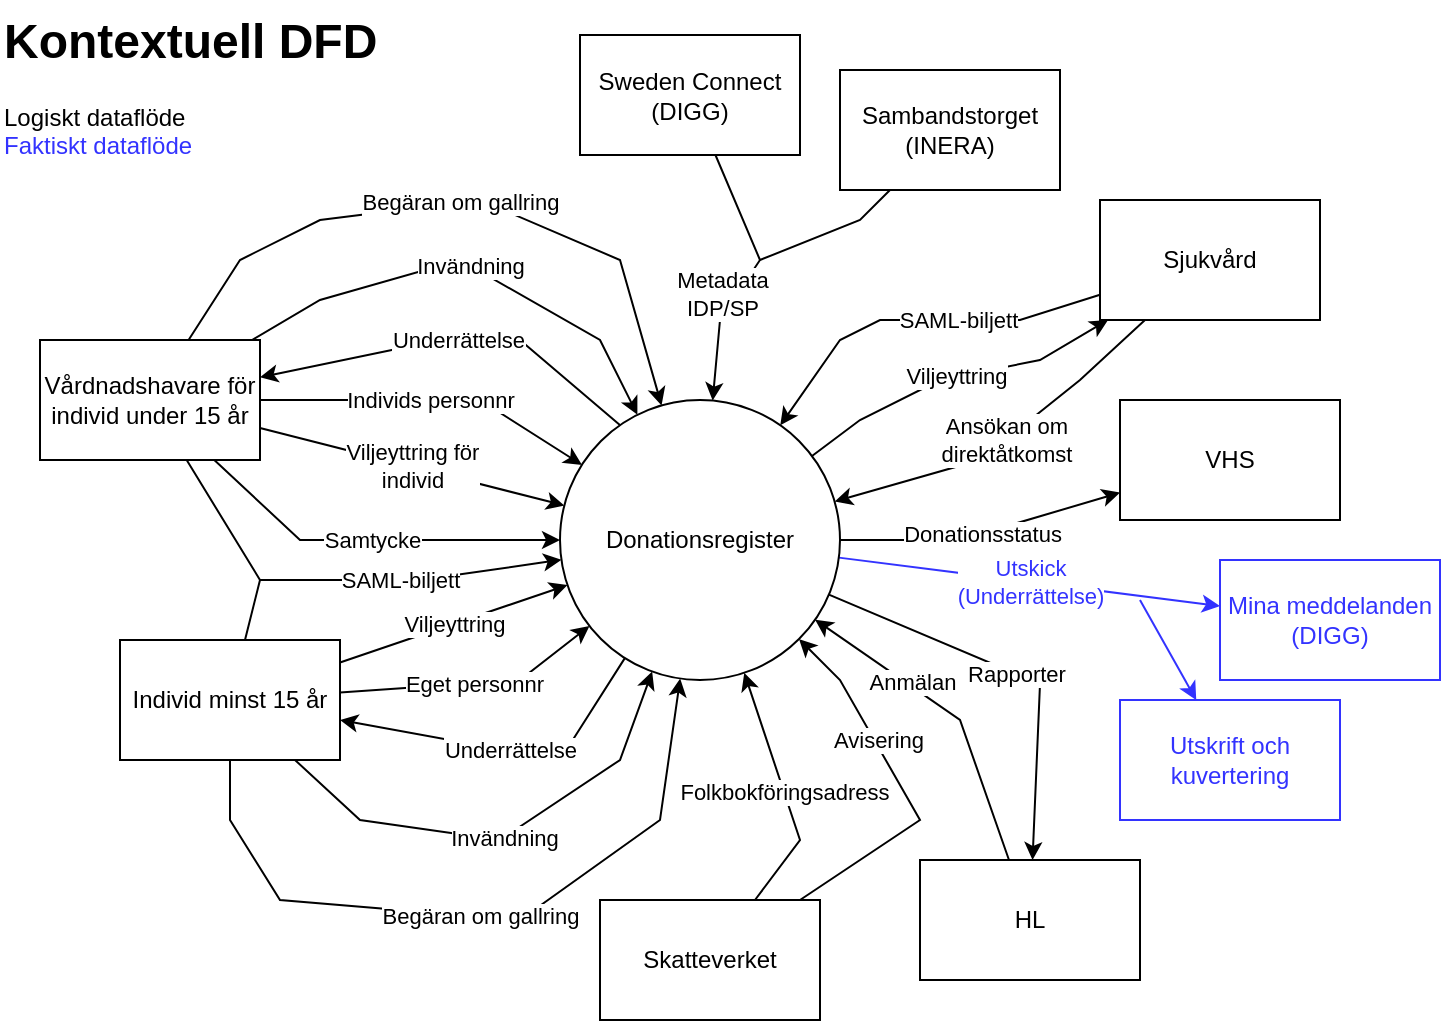
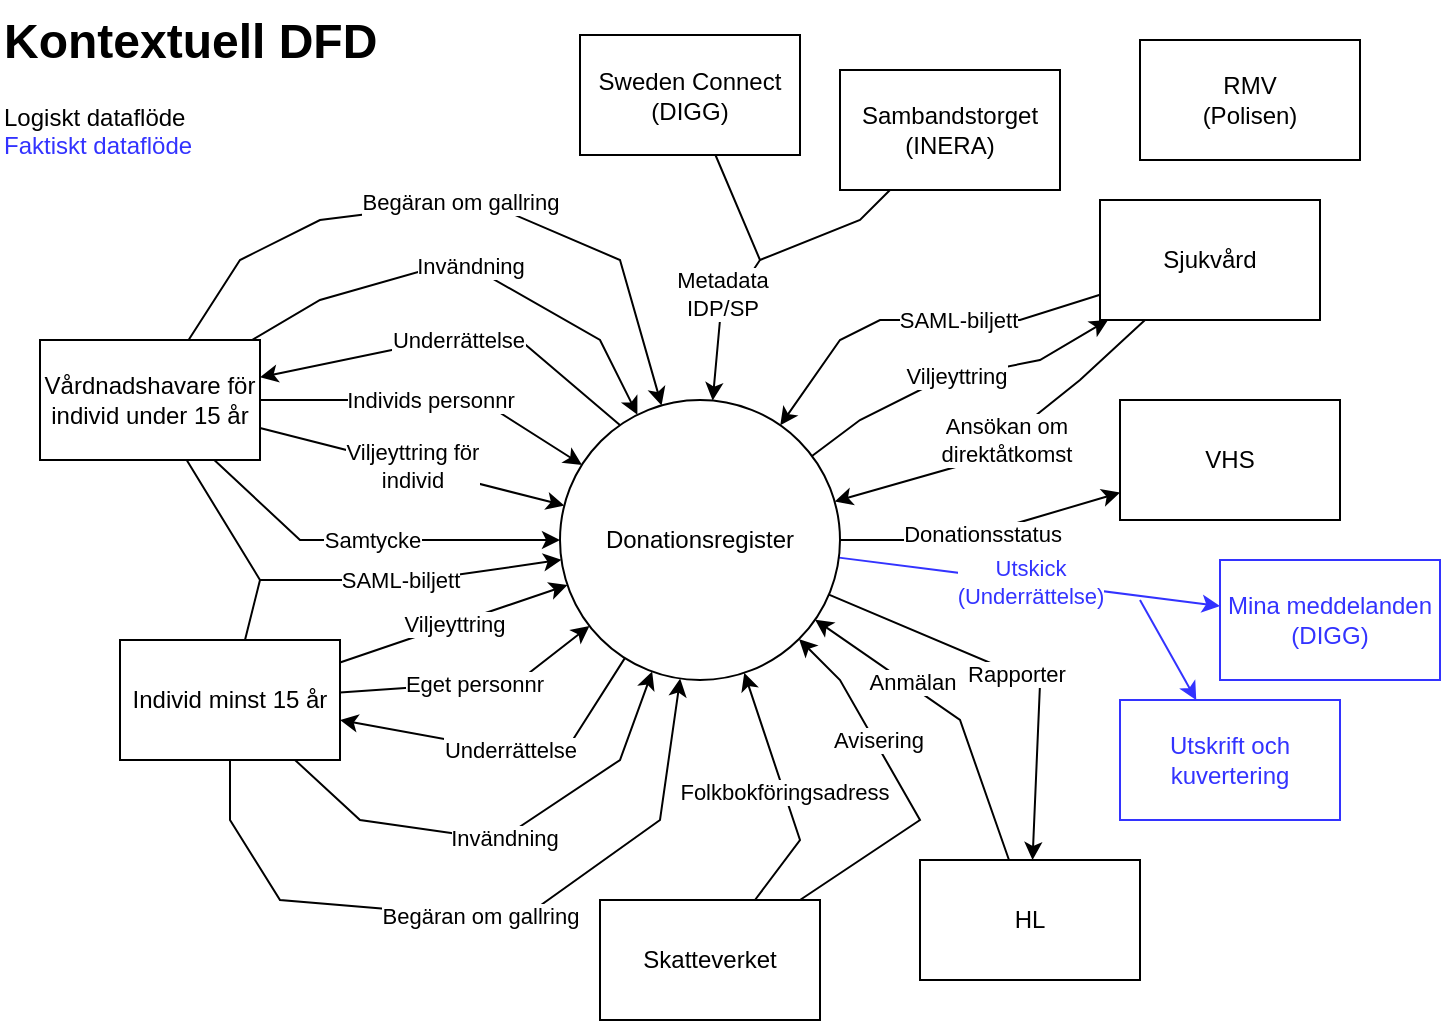
<mxfile host="app.diagrams.net" pages="3">
  <diagram name="Kontextuell DFD" id="F3DC_KPKV7Cfi4B8QXFW">
-     <mxGraphModel dx="1172" dy="678" grid="1" gridSize="10" guides="1" tooltips="1" connect="1" arrows="1" fold="1" page="1" pageScale="1" pageWidth="827" pageHeight="1169" math="0" shadow="0">
+     <mxGraphModel dx="638" dy="378" grid="1" gridSize="10" guides="1" tooltips="1" connect="1" arrows="1" fold="1" page="1" pageScale="1" pageWidth="827" pageHeight="1169" math="0" shadow="0">
      <root>
        <mxCell id="0" />
        <mxCell id="1" parent="0" />
        <mxCell id="8-SjN_EHFgN-SorVCnXN-8" edge="1" parent="1" source="8-SjN_EHFgN-SorVCnXN-1" style="edgeStyle=none;shape=connector;rounded=0;orthogonalLoop=1;jettySize=auto;html=1;strokeColor=default;align=center;verticalAlign=middle;fontFamily=Helvetica;fontSize=11;fontColor=default;labelBackgroundColor=default;endArrow=classic;exitX=0.238;exitY=0.11;exitDx=0;exitDy=0;exitPerimeter=0;" target="8-SjN_EHFgN-SorVCnXN-2" value="Underrättelse">
          <mxGeometry relative="1" as="geometry">
            <Array as="points">
              <mxPoint x="300" y="210" />
              <mxPoint x="260" y="210" />
            </Array>
          </mxGeometry>
        </mxCell>
        <mxCell id="8-SjN_EHFgN-SorVCnXN-9" edge="1" parent="1" source="8-SjN_EHFgN-SorVCnXN-1" style="edgeStyle=none;shape=connector;rounded=0;orthogonalLoop=1;jettySize=auto;html=1;strokeColor=default;align=center;verticalAlign=middle;fontFamily=Helvetica;fontSize=11;fontColor=default;labelBackgroundColor=default;endArrow=classic;" target="8-SjN_EHFgN-SorVCnXN-4" value="Underrättelse">
          <mxGeometry relative="1" as="geometry">
            <Array as="points">
              <mxPoint x="320" y="420" />
            </Array>
          </mxGeometry>
        </mxCell>
        <mxCell id="vmO4fVELBJI4xzzginw8-5" edge="1" parent="1" source="8-SjN_EHFgN-SorVCnXN-1" style="edgeStyle=none;shape=connector;rounded=0;orthogonalLoop=1;jettySize=auto;html=1;strokeColor=default;align=center;verticalAlign=middle;fontFamily=Helvetica;fontSize=11;fontColor=default;labelBackgroundColor=default;endArrow=classic;" target="vmO4fVELBJI4xzzginw8-4" value="Donationsstatus">
          <mxGeometry relative="1" as="geometry">
            <Array as="points">
              <mxPoint x="520" y="310" />
            </Array>
          </mxGeometry>
        </mxCell>
        <mxCell id="vmO4fVELBJI4xzzginw8-6" edge="1" parent="1" source="8-SjN_EHFgN-SorVCnXN-1" style="edgeStyle=none;shape=connector;rounded=0;orthogonalLoop=1;jettySize=auto;html=1;strokeColor=default;align=center;verticalAlign=middle;fontFamily=Helvetica;fontSize=11;fontColor=default;labelBackgroundColor=default;endArrow=classic;" target="vmO4fVELBJI4xzzginw8-3" value="Viljeyttring">
          <mxGeometry relative="1" as="geometry">
            <Array as="points">
              <mxPoint x="470" y="250" />
              <mxPoint x="510" y="230" />
              <mxPoint x="560" y="220" />
            </Array>
          </mxGeometry>
        </mxCell>
        <mxCell id="vmO4fVELBJI4xzzginw8-18" edge="1" parent="1" source="8-SjN_EHFgN-SorVCnXN-1" style="edgeStyle=none;shape=connector;rounded=0;orthogonalLoop=1;jettySize=auto;html=1;strokeColor=#3333FF;align=center;verticalAlign=middle;fontFamily=Helvetica;fontSize=11;fontColor=#3333FF;labelBackgroundColor=default;endArrow=classic;" target="vmO4fVELBJI4xzzginw8-14" value="Utskick&lt;div&gt;(Underrättelse)&lt;/div&gt;">
          <mxGeometry relative="1" as="geometry" />
        </mxCell>
        <mxCell id="vmO4fVELBJI4xzzginw8-19" edge="1" parent="1" style="edgeStyle=none;shape=connector;rounded=0;orthogonalLoop=1;jettySize=auto;html=1;strokeColor=#3333FF;align=center;verticalAlign=middle;fontFamily=Helvetica;fontSize=11;fontColor=#3333FF;labelBackgroundColor=default;endArrow=classic;" target="vmO4fVELBJI4xzzginw8-17">
          <mxGeometry relative="1" as="geometry">
            <mxPoint x="610" y="340" as="sourcePoint" />
          </mxGeometry>
        </mxCell>
        <mxCell id="8-SjN_EHFgN-SorVCnXN-1" parent="1" style="ellipse;whiteSpace=wrap;html=1;aspect=fixed;" value="Donationsregister" vertex="1">
          <mxGeometry height="140" width="140" x="320" y="240" as="geometry" />
        </mxCell>
        <mxCell id="8-SjN_EHFgN-SorVCnXN-5" edge="1" parent="1" source="8-SjN_EHFgN-SorVCnXN-2" style="rounded=0;orthogonalLoop=1;jettySize=auto;html=1;strokeColor=default;align=center;verticalAlign=middle;fontFamily=Helvetica;fontSize=11;fontColor=default;labelBackgroundColor=default;endArrow=classic;" target="8-SjN_EHFgN-SorVCnXN-1" value="Viljeyttring för&lt;div&gt;individ&lt;/div&gt;">
          <mxGeometry relative="1" as="geometry" />
        </mxCell>
        <mxCell id="vmO4fVELBJI4xzzginw8-1" edge="1" parent="1" source="8-SjN_EHFgN-SorVCnXN-2" style="edgeStyle=none;shape=connector;rounded=0;orthogonalLoop=1;jettySize=auto;html=1;strokeColor=default;align=center;verticalAlign=middle;fontFamily=Helvetica;fontSize=11;fontColor=default;labelBackgroundColor=default;endArrow=classic;curved=0;" target="8-SjN_EHFgN-SorVCnXN-1" value="Invändning">
          <mxGeometry relative="1" as="geometry">
            <Array as="points">
              <mxPoint x="200" y="190" />
              <mxPoint x="270" y="170" />
              <mxPoint x="340" y="210" />
            </Array>
          </mxGeometry>
        </mxCell>
        <mxCell id="vmO4fVELBJI4xzzginw8-29" edge="1" parent="1" source="8-SjN_EHFgN-SorVCnXN-2" style="edgeStyle=none;shape=connector;rounded=0;orthogonalLoop=1;jettySize=auto;html=1;strokeColor=default;align=center;verticalAlign=middle;fontFamily=Helvetica;fontSize=11;fontColor=default;labelBackgroundColor=default;endArrow=classic;" target="8-SjN_EHFgN-SorVCnXN-1" value="Samtycke">
          <mxGeometry relative="1" as="geometry">
            <Array as="points">
              <mxPoint x="190" y="310" />
            </Array>
          </mxGeometry>
        </mxCell>
        <mxCell id="vmO4fVELBJI4xzzginw8-31" edge="1" parent="1" source="8-SjN_EHFgN-SorVCnXN-2" style="edgeStyle=none;shape=connector;rounded=0;orthogonalLoop=1;jettySize=auto;html=1;strokeColor=default;align=center;verticalAlign=middle;fontFamily=Helvetica;fontSize=11;fontColor=default;labelBackgroundColor=default;endArrow=classic;" target="8-SjN_EHFgN-SorVCnXN-1" value="Begäran om gallring">
          <mxGeometry relative="1" as="geometry">
            <Array as="points">
              <mxPoint x="160" y="170" />
              <mxPoint x="200" y="150" />
              <mxPoint x="280" y="140" />
              <mxPoint x="350" y="170" />
            </Array>
          </mxGeometry>
        </mxCell>
        <mxCell id="8-SjN_EHFgN-SorVCnXN-2" parent="1" style="rounded=0;whiteSpace=wrap;html=1;" value="Vårdnadshavare för individ under 15 år" vertex="1">
          <mxGeometry height="60" width="110" x="60" y="210" as="geometry" />
        </mxCell>
        <mxCell id="8-SjN_EHFgN-SorVCnXN-7" edge="1" parent="1" source="8-SjN_EHFgN-SorVCnXN-4" style="shape=connector;rounded=0;orthogonalLoop=1;jettySize=auto;html=1;strokeColor=default;align=center;verticalAlign=middle;fontFamily=Helvetica;fontSize=11;fontColor=default;labelBackgroundColor=default;endArrow=classic;" target="8-SjN_EHFgN-SorVCnXN-1" value="Viljeyttring">
          <mxGeometry relative="1" as="geometry">
            <Array as="points" />
          </mxGeometry>
        </mxCell>
        <mxCell id="vmO4fVELBJI4xzzginw8-2" edge="1" parent="1" source="8-SjN_EHFgN-SorVCnXN-4" style="edgeStyle=none;shape=connector;rounded=0;orthogonalLoop=1;jettySize=auto;html=1;strokeColor=default;align=center;verticalAlign=middle;fontFamily=Helvetica;fontSize=11;fontColor=default;labelBackgroundColor=default;endArrow=classic;" target="8-SjN_EHFgN-SorVCnXN-1" value="Invändning">
          <mxGeometry relative="1" as="geometry">
            <Array as="points">
              <mxPoint x="220" y="450" />
              <mxPoint x="290" y="460" />
              <mxPoint x="350" y="420" />
            </Array>
          </mxGeometry>
        </mxCell>
        <mxCell id="vmO4fVELBJI4xzzginw8-32" edge="1" parent="1" source="8-SjN_EHFgN-SorVCnXN-4" style="edgeStyle=none;shape=connector;rounded=0;orthogonalLoop=1;jettySize=auto;html=1;strokeColor=default;align=center;verticalAlign=middle;fontFamily=Helvetica;fontSize=11;fontColor=default;labelBackgroundColor=default;endArrow=classic;" target="8-SjN_EHFgN-SorVCnXN-1" value="Begäran om gallring">
          <mxGeometry relative="1" as="geometry">
            <Array as="points">
              <mxPoint x="155" y="450" />
              <mxPoint x="180" y="490" />
              <mxPoint x="300" y="500" />
              <mxPoint x="370" y="450" />
            </Array>
          </mxGeometry>
        </mxCell>
        <mxCell id="8-SjN_EHFgN-SorVCnXN-4" parent="1" style="rounded=0;whiteSpace=wrap;html=1;" value="Individ minst 15 år" vertex="1">
          <mxGeometry height="60" width="110" x="100" y="360" as="geometry" />
        </mxCell>
        <mxCell id="vmO4fVELBJI4xzzginw8-3" parent="1" style="rounded=0;whiteSpace=wrap;html=1;" value="Sjukvård" vertex="1">
          <mxGeometry height="60" width="110" x="590" y="140" as="geometry" />
        </mxCell>
        <mxCell id="vmO4fVELBJI4xzzginw8-30" edge="1" parent="1" source="vmO4fVELBJI4xzzginw8-3" style="edgeStyle=none;shape=connector;rounded=0;orthogonalLoop=1;jettySize=auto;html=1;strokeColor=default;align=center;verticalAlign=middle;fontFamily=Helvetica;fontSize=11;fontColor=default;labelBackgroundColor=default;endArrow=classic;" target="8-SjN_EHFgN-SorVCnXN-1" value="Ansökan om&lt;div&gt;direktåtkomst&lt;/div&gt;">
          <mxGeometry relative="1" as="geometry">
            <Array as="points">
              <mxPoint x="580" y="230" />
              <mxPoint x="530" y="270" />
            </Array>
          </mxGeometry>
        </mxCell>
        <mxCell id="vmO4fVELBJI4xzzginw8-4" parent="1" style="rounded=0;whiteSpace=wrap;html=1;" value="VHS" vertex="1">
          <mxGeometry height="60" width="110" x="600" y="240" as="geometry" />
        </mxCell>
        <mxCell id="vmO4fVELBJI4xzzginw8-9" edge="1" parent="1" source="vmO4fVELBJI4xzzginw8-7" style="edgeStyle=none;shape=connector;rounded=0;orthogonalLoop=1;jettySize=auto;html=1;strokeColor=default;align=center;verticalAlign=middle;fontFamily=Helvetica;fontSize=11;fontColor=default;labelBackgroundColor=default;endArrow=classic;" target="8-SjN_EHFgN-SorVCnXN-1" value="Folkbokföringsadress">
          <mxGeometry relative="1" as="geometry">
            <Array as="points">
              <mxPoint x="440" y="460" />
            </Array>
          </mxGeometry>
        </mxCell>
        <mxCell id="vmO4fVELBJI4xzzginw8-16" edge="1" parent="1" source="vmO4fVELBJI4xzzginw8-7" style="edgeStyle=none;shape=connector;rounded=0;orthogonalLoop=1;jettySize=auto;html=1;strokeColor=default;align=center;verticalAlign=middle;fontFamily=Helvetica;fontSize=11;fontColor=default;labelBackgroundColor=default;endArrow=classic;" target="8-SjN_EHFgN-SorVCnXN-1" value="Avisering">
          <mxGeometry relative="1" x="0.285" y="-2" as="geometry">
            <mxPoint as="offset" />
            <Array as="points">
              <mxPoint x="500" y="450" />
              <mxPoint x="460" y="380" />
            </Array>
          </mxGeometry>
        </mxCell>
        <mxCell id="vmO4fVELBJI4xzzginw8-7" parent="1" style="rounded=0;whiteSpace=wrap;html=1;" value="Skatteverket" vertex="1">
          <mxGeometry height="60" width="110" x="340" y="490" as="geometry" />
        </mxCell>
        <mxCell id="vmO4fVELBJI4xzzginw8-10" parent="1" style="rounded=0;whiteSpace=wrap;html=1;strokeColor=default;align=center;verticalAlign=middle;fontFamily=Helvetica;fontSize=12;fontColor=default;fillColor=default;" value="Sweden Connect (DIGG)" vertex="1">
          <mxGeometry height="60" width="110" x="330" y="57.5" as="geometry" />
        </mxCell>
        <mxCell id="vmO4fVELBJI4xzzginw8-12" parent="1" style="rounded=0;whiteSpace=wrap;html=1;strokeColor=default;align=center;verticalAlign=middle;fontFamily=Helvetica;fontSize=12;fontColor=default;fillColor=default;" value="Sambandstorget&lt;div&gt;(INERA)&lt;/div&gt;" vertex="1">
          <mxGeometry height="60" width="110" x="460" y="75" as="geometry" />
        </mxCell>
        <mxCell id="vmO4fVELBJI4xzzginw8-14" parent="1" style="rounded=0;whiteSpace=wrap;html=1;strokeColor=#3333FF;fontColor=#3333FF;" value="Mina meddelanden (DIGG)" vertex="1">
          <mxGeometry height="60" width="110" x="650" y="320" as="geometry" />
        </mxCell>
        <mxCell id="vmO4fVELBJI4xzzginw8-17" parent="1" style="rounded=0;whiteSpace=wrap;html=1;strokeColor=#3333FF;fontColor=#3333FF;" value="Utskrift och kuvertering" vertex="1">
          <mxGeometry height="60" width="110" x="600" y="390" as="geometry" />
        </mxCell>
        <mxCell id="vmO4fVELBJI4xzzginw8-22" edge="1" parent="1" source="8-SjN_EHFgN-SorVCnXN-2" style="edgeStyle=none;shape=connector;rounded=0;orthogonalLoop=1;jettySize=auto;html=1;strokeColor=default;align=center;verticalAlign=middle;fontFamily=Helvetica;fontSize=11;fontColor=default;labelBackgroundColor=default;endArrow=classic;" target="8-SjN_EHFgN-SorVCnXN-1" value="&lt;span data-path-to-node=&quot;0&quot; data-index-in-node=&quot;24&quot;&gt;SAML-biljett&lt;/span&gt;">
          <mxGeometry relative="1" x="0.2656" as="geometry">
            <mxPoint as="offset" />
            <Array as="points">
              <mxPoint x="170" y="330" />
              <mxPoint x="250" y="330" />
            </Array>
          </mxGeometry>
        </mxCell>
        <mxCell id="rN_Xq4Zumf5QhY3kbC1u-1" edge="1" parent="1" source="8-SjN_EHFgN-SorVCnXN-4" style="shape=connector;rounded=0;orthogonalLoop=1;jettySize=auto;html=1;strokeColor=default;align=center;verticalAlign=middle;fontFamily=Helvetica;fontSize=11;fontColor=default;labelBackgroundColor=default;endArrow=classic;" target="8-SjN_EHFgN-SorVCnXN-1" value="Eget personnr">
          <mxGeometry relative="1" as="geometry">
            <Array as="points">
              <mxPoint x="300" y="380" />
            </Array>
            <mxPoint x="300" y="418" as="sourcePoint" />
            <mxPoint x="414" y="380" as="targetPoint" />
          </mxGeometry>
        </mxCell>
        <mxCell id="rN_Xq4Zumf5QhY3kbC1u-2" edge="1" parent="1" source="8-SjN_EHFgN-SorVCnXN-2" style="shape=connector;rounded=0;orthogonalLoop=1;jettySize=auto;html=1;strokeColor=default;align=center;verticalAlign=middle;fontFamily=Helvetica;fontSize=11;fontColor=default;labelBackgroundColor=default;endArrow=classic;" target="8-SjN_EHFgN-SorVCnXN-1" value="Individs personnr">
          <mxGeometry relative="1" as="geometry">
            <Array as="points">
              <mxPoint x="280" y="240" />
            </Array>
            <mxPoint x="260" y="288" as="sourcePoint" />
            <mxPoint x="374" y="250" as="targetPoint" />
          </mxGeometry>
        </mxCell>
        <mxCell id="rN_Xq4Zumf5QhY3kbC1u-4" parent="1" style="text;html=1;whiteSpace=wrap;overflow=hidden;rounded=0;" value="&lt;h1 style=&quot;margin-top: 0px;&quot;&gt;Kontextuell DFD&lt;/h1&gt;&lt;p&gt;Logiskt dataflöde&lt;br&gt;&lt;font style=&quot;color: rgb(51, 51, 255);&quot;&gt;Faktiskt dataflöde&lt;/font&gt;&lt;/p&gt;" vertex="1">
          <mxGeometry height="95" width="320" x="40" y="40" as="geometry" />
        </mxCell>
        <mxCell id="Bssn7t3Lm4cZQMGQEqIL-1" edge="1" parent="1" source="vmO4fVELBJI4xzzginw8-3" style="edgeStyle=none;shape=connector;rounded=0;orthogonalLoop=1;jettySize=auto;html=1;strokeColor=default;align=center;verticalAlign=middle;fontFamily=Helvetica;fontSize=11;fontColor=default;labelBackgroundColor=default;endArrow=classic;" target="8-SjN_EHFgN-SorVCnXN-1" value="SAML-biljett">
          <mxGeometry relative="1" x="-0.216" as="geometry">
            <mxPoint as="offset" />
            <Array as="points">
              <mxPoint x="550" y="200" />
              <mxPoint x="480" y="200" />
              <mxPoint x="460" y="210" />
            </Array>
            <mxPoint x="230" y="330" as="sourcePoint" />
            <mxPoint x="418" y="380" as="targetPoint" />
          </mxGeometry>
        </mxCell>
        <mxCell id="Bssn7t3Lm4cZQMGQEqIL-2" edge="1" parent="1" source="8-SjN_EHFgN-SorVCnXN-4" style="edgeStyle=none;shape=connector;rounded=0;orthogonalLoop=1;jettySize=auto;html=1;strokeColor=default;align=center;verticalAlign=middle;fontFamily=Helvetica;fontSize=11;fontColor=default;labelBackgroundColor=default;endArrow=none;endFill=0;">
          <mxGeometry relative="1" as="geometry">
            <Array as="points">
              <mxPoint x="170" y="330" />
            </Array>
            <mxPoint x="630" y="440" as="sourcePoint" />
            <mxPoint x="190" y="330" as="targetPoint" />
          </mxGeometry>
        </mxCell>
        <mxCell id="Bssn7t3Lm4cZQMGQEqIL-4" edge="1" parent="1" source="vmO4fVELBJI4xzzginw8-10" style="edgeStyle=none;shape=connector;rounded=0;orthogonalLoop=1;jettySize=auto;html=1;strokeColor=default;align=center;verticalAlign=middle;fontFamily=Helvetica;fontSize=11;fontColor=default;labelBackgroundColor=default;endArrow=classic;" target="8-SjN_EHFgN-SorVCnXN-1" value="&lt;div&gt;Metadata&lt;/div&gt;&lt;div&gt;IDP/SP&lt;/div&gt;">
          <mxGeometry relative="1" x="0.2295" y="-6" as="geometry">
            <mxPoint as="offset" />
            <Array as="points">
              <mxPoint x="420" y="170" />
              <mxPoint x="400" y="200" />
            </Array>
            <mxPoint x="440" y="465" as="sourcePoint" />
            <mxPoint x="420" y="380" as="targetPoint" />
          </mxGeometry>
        </mxCell>
        <mxCell id="Bssn7t3Lm4cZQMGQEqIL-6" edge="1" parent="1" style="edgeStyle=none;shape=connector;rounded=0;orthogonalLoop=1;jettySize=auto;html=1;strokeColor=default;align=center;verticalAlign=middle;fontFamily=Helvetica;fontSize=11;fontColor=default;labelBackgroundColor=default;endArrow=none;endFill=0;" target="vmO4fVELBJI4xzzginw8-12">
          <mxGeometry relative="1" as="geometry">
            <Array as="points">
              <mxPoint x="470" y="150" />
            </Array>
            <mxPoint x="420" y="170" as="sourcePoint" />
            <mxPoint x="490" y="150" as="targetPoint" />
          </mxGeometry>
        </mxCell>
        <mxCell id="ez7D_KQtT1VtahEAUlYS-1" parent="1" style="rounded=0;whiteSpace=wrap;html=1;" value="HL" vertex="1">
          <mxGeometry height="60" width="110" x="500" y="470" as="geometry" />
        </mxCell>
        <mxCell id="ez7D_KQtT1VtahEAUlYS-2" edge="1" parent="1" source="8-SjN_EHFgN-SorVCnXN-1" style="edgeStyle=none;shape=connector;rounded=0;orthogonalLoop=1;jettySize=auto;html=1;strokeColor=default;align=center;verticalAlign=middle;fontFamily=Helvetica;fontSize=11;fontColor=default;labelBackgroundColor=default;endArrow=classic;" target="ez7D_KQtT1VtahEAUlYS-1" value="Rapporter">
          <mxGeometry relative="1" as="geometry">
            <Array as="points">
              <mxPoint x="560" y="382" />
            </Array>
            <mxPoint x="710" y="382" as="sourcePoint" />
            <mxPoint x="850" y="370" as="targetPoint" />
          </mxGeometry>
        </mxCell>
        <mxCell id="ez7D_KQtT1VtahEAUlYS-3" edge="1" parent="1" source="ez7D_KQtT1VtahEAUlYS-1" style="edgeStyle=none;shape=connector;rounded=0;orthogonalLoop=1;jettySize=auto;html=1;strokeColor=default;align=center;verticalAlign=middle;fontFamily=Helvetica;fontSize=11;fontColor=default;labelBackgroundColor=default;endArrow=classic;" target="8-SjN_EHFgN-SorVCnXN-1" value="Anmälan">
          <mxGeometry relative="1" x="0.285" y="-2" as="geometry">
            <mxPoint as="offset" />
            <Array as="points">
              <mxPoint x="520" y="400" />
            </Array>
            <mxPoint x="531" y="611" as="sourcePoint" />
            <mxPoint x="530" y="480" as="targetPoint" />
          </mxGeometry>
+         </mxCell>
+         <mxCell id="e_SrN6mQ6rt27xxVnAlN-1" parent="1" style="rounded=0;whiteSpace=wrap;html=1;" value="RMV&lt;div&gt;(Polisen)&lt;/div&gt;" vertex="1">
+           <mxGeometry height="60" width="110" x="610" y="60" as="geometry" />
        </mxCell>
      </root>
    </mxGraphModel>
  </diagram>
  <diagram id="tupl63VWHScNrBiLvC70" name="Konceptuell klassmodell">
    <mxGraphModel dx="970" dy="561" grid="1" gridSize="10" guides="1" tooltips="1" connect="1" arrows="1" fold="1" page="1" pageScale="1" pageWidth="827" pageHeight="1169" math="0" shadow="0">
      <root>
        <mxCell id="0" />
        <mxCell id="1" parent="0" />
        <mxCell id="cSQvczOItniMIweKlyAm-1" parent="1" style="text;html=1;whiteSpace=wrap;overflow=hidden;rounded=0;" value="&lt;h1 style=&quot;margin-top: 0px;&quot;&gt;Konceptuell klassmodell&lt;/h1&gt;" vertex="1">
          <mxGeometry height="95" width="320" x="40" y="40" as="geometry" />
        </mxCell>
        <mxCell id="cSQvczOItniMIweKlyAm-2" parent="1" style="swimlane;fontStyle=0;childLayout=stackLayout;horizontal=1;startSize=26;fillColor=none;horizontalStack=0;resizeParent=1;resizeParentMax=0;resizeLast=0;collapsible=1;marginBottom=0;whiteSpace=wrap;html=1;" value="Enskild" vertex="1">
          <mxGeometry height="234" width="140" x="80" y="460" as="geometry" />
        </mxCell>
        <mxCell id="cSQvczOItniMIweKlyAm-3" parent="cSQvczOItniMIweKlyAm-2" style="text;strokeColor=none;fillColor=none;align=left;verticalAlign=top;spacingLeft=4;spacingRight=4;overflow=hidden;rotatable=0;points=[[0,0.5],[1,0.5]];portConstraint=eastwest;whiteSpace=wrap;html=1;" value="PersId: UID" vertex="1">
          <mxGeometry height="26" width="140" y="26" as="geometry" />
        </mxCell>
        <mxCell id="cSQvczOItniMIweKlyAm-4" parent="cSQvczOItniMIweKlyAm-2" style="text;strokeColor=none;fillColor=none;align=left;verticalAlign=top;spacingLeft=4;spacingRight=4;overflow=hidden;rotatable=0;points=[[0,0.5],[1,0.5]];portConstraint=eastwest;whiteSpace=wrap;html=1;" value="Pnr: Char(12)" vertex="1">
          <mxGeometry height="26" width="140" y="52" as="geometry" />
        </mxCell>
        <mxCell id="cSQvczOItniMIweKlyAm-57" parent="cSQvczOItniMIweKlyAm-2" style="text;strokeColor=none;fillColor=none;align=left;verticalAlign=top;spacingLeft=4;spacingRight=4;overflow=hidden;rotatable=0;points=[[0,0.5],[1,0.5]];portConstraint=eastwest;whiteSpace=wrap;html=1;" value="SKV-kod: String[0..1]" vertex="1">
          <mxGeometry height="26" width="140" y="78" as="geometry" />
        </mxCell>
        <mxCell id="cSQvczOItniMIweKlyAm-10" parent="cSQvczOItniMIweKlyAm-2" style="text;strokeColor=none;fillColor=none;align=left;verticalAlign=top;spacingLeft=4;spacingRight=4;overflow=hidden;rotatable=0;points=[[0,0.5],[1,0.5]];portConstraint=eastwest;whiteSpace=wrap;html=1;" value="Skyddad: Ja/Nej" vertex="1">
          <mxGeometry height="26" width="140" y="104" as="geometry" />
        </mxCell>
        <mxCell id="cA3AqRqYz5ItGcszVlXB-1" parent="cSQvczOItniMIweKlyAm-2" style="text;strokeColor=none;fillColor=none;align=left;verticalAlign=top;spacingLeft=4;spacingRight=4;overflow=hidden;rotatable=0;points=[[0,0.5],[1,0.5]];portConstraint=eastwest;whiteSpace=wrap;html=1;" value="Informerad: Date[0..1]" vertex="1">
          <mxGeometry height="26" width="140" y="130" as="geometry" />
        </mxCell>
        <mxCell id="AWJU5LGrgw8Wl6eSMpXB-3" parent="cSQvczOItniMIweKlyAm-2" style="text;strokeColor=none;fillColor=none;align=left;verticalAlign=top;spacingLeft=4;spacingRight=4;overflow=hidden;rotatable=0;points=[[0,0.5],[1,0.5]];portConstraint=eastwest;whiteSpace=wrap;html=1;" value="FgPnr: Char(12)[0..1]" vertex="1">
          <mxGeometry height="26" width="140" y="156" as="geometry" />
        </mxCell>
        <mxCell id="cA3AqRqYz5ItGcszVlXB-4" parent="cSQvczOItniMIweKlyAm-2" style="text;strokeColor=none;fillColor=none;align=left;verticalAlign=top;spacingLeft=4;spacingRight=4;overflow=hidden;rotatable=0;points=[[0,0.5],[1,0.5]];portConstraint=eastwest;whiteSpace=wrap;html=1;" value="Ändrad: Date[0..1]" vertex="1">
          <mxGeometry height="26" width="140" y="182" as="geometry" />
        </mxCell>
        <mxCell id="AWJU5LGrgw8Wl6eSMpXB-4" parent="cSQvczOItniMIweKlyAm-2" style="text;strokeColor=none;fillColor=none;align=left;verticalAlign=top;spacingLeft=4;spacingRight=4;overflow=hidden;rotatable=0;points=[[0,0.5],[1,0.5]];portConstraint=eastwest;whiteSpace=wrap;html=1;" value="Spärrad: Date[0..1]" vertex="1">
          <mxGeometry height="26" width="140" y="208" as="geometry" />
        </mxCell>
        <mxCell id="cSQvczOItniMIweKlyAm-6" parent="1" style="swimlane;fontStyle=0;childLayout=stackLayout;horizontal=1;startSize=26;fillColor=none;horizontalStack=0;resizeParent=1;resizeParentMax=0;resizeLast=0;collapsible=1;marginBottom=0;whiteSpace=wrap;html=1;" value="Anmälan" vertex="1">
          <mxGeometry height="286" width="180" x="310" y="460" as="geometry" />
        </mxCell>
        <mxCell id="AWJU5LGrgw8Wl6eSMpXB-1" parent="cSQvczOItniMIweKlyAm-6" style="text;strokeColor=none;fillColor=none;align=left;verticalAlign=top;spacingLeft=4;spacingRight=4;overflow=hidden;rotatable=0;points=[[0,0.5],[1,0.5]];portConstraint=eastwest;whiteSpace=wrap;html=1;" value="Id: UID" vertex="1">
          <mxGeometry height="26" width="180" y="26" as="geometry" />
        </mxCell>
        <mxCell id="cSQvczOItniMIweKlyAm-7" parent="cSQvczOItniMIweKlyAm-6" style="text;strokeColor=none;fillColor=none;align=left;verticalAlign=top;spacingLeft=4;spacingRight=4;overflow=hidden;rotatable=0;points=[[0,0.5],[1,0.5]];portConstraint=eastwest;whiteSpace=wrap;html=1;" value="Löpnr: Integer" vertex="1">
          <mxGeometry height="26" width="180" y="52" as="geometry" />
        </mxCell>
        <mxCell id="cSQvczOItniMIweKlyAm-9" parent="cSQvczOItniMIweKlyAm-6" style="text;strokeColor=none;fillColor=none;align=left;verticalAlign=top;spacingLeft=4;spacingRight=4;overflow=hidden;rotatable=0;points=[[0,0.5],[1,0.5]];portConstraint=eastwest;whiteSpace=wrap;html=1;" value="Regdatum: Date" vertex="1">
          <mxGeometry height="26" width="180" y="78" as="geometry" />
        </mxCell>
        <mxCell id="cSQvczOItniMIweKlyAm-5" parent="cSQvczOItniMIweKlyAm-6" style="text;strokeColor=none;fillColor=none;align=left;verticalAlign=top;spacingLeft=4;spacingRight=4;overflow=hidden;rotatable=0;points=[[0,0.5],[1,0.5]];portConstraint=eastwest;whiteSpace=wrap;html=1;" value="Inställning: Ja/Nej" vertex="1">
          <mxGeometry height="26" width="180" y="104" as="geometry" />
        </mxCell>
        <mxCell id="cSQvczOItniMIweKlyAm-23" parent="cSQvczOItniMIweKlyAm-6" style="text;strokeColor=none;fillColor=none;align=left;verticalAlign=top;spacingLeft=4;spacingRight=4;overflow=hidden;rotatable=0;points=[[0,0.5],[1,0.5]];portConstraint=eastwest;whiteSpace=wrap;html=1;" value="Status: Enum(...)" vertex="1">
          <mxGeometry height="26" width="180" y="130" as="geometry" />
        </mxCell>
        <mxCell id="AWJU5LGrgw8Wl6eSMpXB-2" parent="cSQvczOItniMIweKlyAm-6" style="text;strokeColor=none;fillColor=none;align=left;verticalAlign=top;spacingLeft=4;spacingRight=4;overflow=hidden;rotatable=0;points=[[0,0.5],[1,0.5]];portConstraint=eastwest;whiteSpace=wrap;html=1;" value="Typ: Enum(...)" vertex="1">
          <mxGeometry height="26" width="180" y="156" as="geometry" />
        </mxCell>
        <mxCell id="cSQvczOItniMIweKlyAm-68" parent="cSQvczOItniMIweKlyAm-6" style="text;strokeColor=none;fillColor=none;align=left;verticalAlign=top;spacingLeft=4;spacingRight=4;overflow=hidden;rotatable=0;points=[[0,0.5],[1,0.5]];portConstraint=eastwest;whiteSpace=wrap;html=1;" value="HL-Id: String[0..1}" vertex="1">
          <mxGeometry height="26" width="180" y="182" as="geometry" />
        </mxCell>
        <mxCell id="cSQvczOItniMIweKlyAm-59" parent="cSQvczOItniMIweKlyAm-6" style="text;strokeColor=none;fillColor=none;align=left;verticalAlign=top;spacingLeft=4;spacingRight=4;overflow=hidden;rotatable=0;points=[[0,0.5],[1,0.5]];portConstraint=eastwest;whiteSpace=wrap;html=1;" value="Diarienr: String[0..1}" vertex="1">
          <mxGeometry height="26" width="180" y="208" as="geometry" />
        </mxCell>
        <mxCell id="cA3AqRqYz5ItGcszVlXB-2" parent="cSQvczOItniMIweKlyAm-6" style="text;strokeColor=none;fillColor=none;align=left;verticalAlign=top;spacingLeft=4;spacingRight=4;overflow=hidden;rotatable=0;points=[[0,0.5],[1,0.5]];portConstraint=eastwest;whiteSpace=wrap;html=1;" value="Villkorsdatum: Date" vertex="1">
          <mxGeometry height="26" width="180" y="234" as="geometry" />
        </mxCell>
        <mxCell id="cA3AqRqYz5ItGcszVlXB-3" parent="cSQvczOItniMIweKlyAm-6" style="text;strokeColor=none;fillColor=none;align=left;verticalAlign=top;spacingLeft=4;spacingRight=4;overflow=hidden;rotatable=0;points=[[0,0.5],[1,0.5]];portConstraint=eastwest;whiteSpace=wrap;html=1;" value="Villkor: Blob" vertex="1">
          <mxGeometry height="26" width="180" y="260" as="geometry" />
        </mxCell>
        <mxCell id="cSQvczOItniMIweKlyAm-11" edge="1" parent="1" source="cSQvczOItniMIweKlyAm-2" style="endArrow=open;html=1;endSize=12;startArrow=diamondThin;startSize=14;startFill=1;edgeStyle=orthogonalEdgeStyle;align=left;verticalAlign=bottom;rounded=0;" target="cSQvczOItniMIweKlyAm-6" value="1">
          <mxGeometry relative="1" x="-1" y="3" as="geometry">
            <mxPoint x="220" y="430" as="sourcePoint" />
            <mxPoint x="380" y="430" as="targetPoint" />
          </mxGeometry>
        </mxCell>
        <mxCell id="cSQvczOItniMIweKlyAm-12" parent="1" style="swimlane;fontStyle=0;childLayout=stackLayout;horizontal=1;startSize=26;fillColor=none;horizontalStack=0;resizeParent=1;resizeParentMax=0;resizeLast=0;collapsible=1;marginBottom=0;whiteSpace=wrap;html=1;" value="Undantag" vertex="1">
          <mxGeometry height="78" width="140" x="330" y="850" as="geometry" />
        </mxCell>
        <mxCell id="cSQvczOItniMIweKlyAm-15" parent="cSQvczOItniMIweKlyAm-12" style="text;strokeColor=none;fillColor=none;align=left;verticalAlign=top;spacingLeft=4;spacingRight=4;overflow=hidden;rotatable=0;points=[[0,0.5],[1,0.5]];portConstraint=eastwest;whiteSpace=wrap;html=1;" value="Nr: Integer" vertex="1">
          <mxGeometry height="26" width="140" y="26" as="geometry" />
        </mxCell>
        <mxCell id="cSQvczOItniMIweKlyAm-13" parent="cSQvczOItniMIweKlyAm-12" style="text;strokeColor=none;fillColor=none;align=left;verticalAlign=top;spacingLeft=4;spacingRight=4;overflow=hidden;rotatable=0;points=[[0,0.5],[1,0.5]];portConstraint=eastwest;whiteSpace=wrap;html=1;" value="Benämning: String" vertex="1">
          <mxGeometry height="26" width="140" y="52" as="geometry" />
        </mxCell>
        <mxCell id="cSQvczOItniMIweKlyAm-24" parent="1" style="swimlane;fontStyle=0;childLayout=stackLayout;horizontal=1;startSize=26;fillColor=none;horizontalStack=0;resizeParent=1;resizeParentMax=0;resizeLast=0;collapsible=1;marginBottom=0;whiteSpace=wrap;html=1;" value="Samtycke" vertex="1">
          <mxGeometry height="130" width="180" x="590" y="486" as="geometry" />
        </mxCell>
        <mxCell id="cSQvczOItniMIweKlyAm-25" parent="cSQvczOItniMIweKlyAm-24" style="text;strokeColor=none;fillColor=none;align=left;verticalAlign=top;spacingLeft=4;spacingRight=4;overflow=hidden;rotatable=0;points=[[0,0.5],[1,0.5]];portConstraint=eastwest;whiteSpace=wrap;html=1;" value="Pnr: Char(12)" vertex="1">
          <mxGeometry height="26" width="180" y="26" as="geometry" />
        </mxCell>
        <mxCell id="cSQvczOItniMIweKlyAm-27" parent="cSQvczOItniMIweKlyAm-24" style="text;strokeColor=none;fillColor=none;align=left;verticalAlign=top;spacingLeft=4;spacingRight=4;overflow=hidden;rotatable=0;points=[[0,0.5],[1,0.5]];portConstraint=eastwest;whiteSpace=wrap;html=1;" value="Frågedatum: Date" vertex="1">
          <mxGeometry height="26" width="180" y="52" as="geometry" />
        </mxCell>
        <mxCell id="cSQvczOItniMIweKlyAm-61" parent="cSQvczOItniMIweKlyAm-24" style="text;strokeColor=none;fillColor=none;align=left;verticalAlign=top;spacingLeft=4;spacingRight=4;overflow=hidden;rotatable=0;points=[[0,0.5],[1,0.5]];portConstraint=eastwest;whiteSpace=wrap;html=1;" value="Svarsdatum: Date[0..1]" vertex="1">
          <mxGeometry height="26" width="180" y="78" as="geometry" />
        </mxCell>
        <mxCell id="cSQvczOItniMIweKlyAm-28" parent="cSQvczOItniMIweKlyAm-24" style="text;strokeColor=none;fillColor=none;align=left;verticalAlign=top;spacingLeft=4;spacingRight=4;overflow=hidden;rotatable=0;points=[[0,0.5],[1,0.5]];portConstraint=eastwest;whiteSpace=wrap;html=1;" value="Status: Enum(Väntar, Ja, Nej)" vertex="1">
          <mxGeometry height="26" width="180" y="104" as="geometry" />
        </mxCell>
        <mxCell id="cSQvczOItniMIweKlyAm-29" edge="1" parent="1" source="cSQvczOItniMIweKlyAm-6" style="endArrow=open;html=1;endSize=12;startArrow=diamondThin;startSize=14;startFill=1;edgeStyle=orthogonalEdgeStyle;align=left;verticalAlign=bottom;rounded=0;" target="cSQvczOItniMIweKlyAm-24" value="1">
          <mxGeometry relative="1" x="-1" y="3" as="geometry">
            <mxPoint x="510" y="610" as="sourcePoint" />
            <mxPoint x="620" y="610" as="targetPoint" />
          </mxGeometry>
        </mxCell>
        <mxCell id="cSQvczOItniMIweKlyAm-31" connectable="0" parent="cSQvczOItniMIweKlyAm-29" style="edgeLabel;html=1;align=center;verticalAlign=middle;resizable=0;points=[];" value="0..2" vertex="1">
          <mxGeometry relative="1" x="0.9044" as="geometry">
            <mxPoint x="-9" y="-14" as="offset" />
          </mxGeometry>
        </mxCell>
        <mxCell id="cSQvczOItniMIweKlyAm-32" parent="1" style="swimlane;fontStyle=0;childLayout=stackLayout;horizontal=1;startSize=26;fillColor=none;horizontalStack=0;resizeParent=1;resizeParentMax=0;resizeLast=0;collapsible=1;marginBottom=0;whiteSpace=wrap;html=1;" value="Underrättelse" vertex="1">
          <mxGeometry height="286" width="180" x="310" y="120" as="geometry" />
        </mxCell>
        <mxCell id="cSQvczOItniMIweKlyAm-47" parent="cSQvczOItniMIweKlyAm-32" style="text;strokeColor=none;fillColor=none;align=left;verticalAlign=top;spacingLeft=4;spacingRight=4;overflow=hidden;rotatable=0;points=[[0,0.5],[1,0.5]];portConstraint=eastwest;whiteSpace=wrap;html=1;" value="Typ: Enum(Brev, eBrev)" vertex="1">
          <mxGeometry height="26" width="180" y="26" as="geometry" />
        </mxCell>
        <mxCell id="cSQvczOItniMIweKlyAm-34" parent="cSQvczOItniMIweKlyAm-32" style="text;strokeColor=none;fillColor=none;align=left;verticalAlign=top;spacingLeft=4;spacingRight=4;overflow=hidden;rotatable=0;points=[[0,0.5],[1,0.5]];portConstraint=eastwest;whiteSpace=wrap;html=1;" value="Namn: String" vertex="1">
          <mxGeometry height="26" width="180" y="52" as="geometry" />
        </mxCell>
        <mxCell id="cSQvczOItniMIweKlyAm-35" parent="cSQvczOItniMIweKlyAm-32" style="text;strokeColor=none;fillColor=none;align=left;verticalAlign=top;spacingLeft=4;spacingRight=4;overflow=hidden;rotatable=0;points=[[0,0.5],[1,0.5]];portConstraint=eastwest;whiteSpace=wrap;html=1;" value="Adress1: String" vertex="1">
          <mxGeometry height="26" width="180" y="78" as="geometry" />
        </mxCell>
        <mxCell id="cSQvczOItniMIweKlyAm-37" parent="cSQvczOItniMIweKlyAm-32" style="text;strokeColor=none;fillColor=none;align=left;verticalAlign=top;spacingLeft=4;spacingRight=4;overflow=hidden;rotatable=0;points=[[0,0.5],[1,0.5]];portConstraint=eastwest;whiteSpace=wrap;html=1;" value="Adress2: String" vertex="1">
          <mxGeometry height="26" width="180" y="104" as="geometry" />
        </mxCell>
        <mxCell id="cSQvczOItniMIweKlyAm-43" parent="cSQvczOItniMIweKlyAm-32" style="text;strokeColor=none;fillColor=none;align=left;verticalAlign=top;spacingLeft=4;spacingRight=4;overflow=hidden;rotatable=0;points=[[0,0.5],[1,0.5]];portConstraint=eastwest;whiteSpace=wrap;html=1;" value="Postnr: String" vertex="1">
          <mxGeometry height="26" width="180" y="130" as="geometry" />
        </mxCell>
        <mxCell id="cSQvczOItniMIweKlyAm-44" parent="cSQvczOItniMIweKlyAm-32" style="text;strokeColor=none;fillColor=none;align=left;verticalAlign=top;spacingLeft=4;spacingRight=4;overflow=hidden;rotatable=0;points=[[0,0.5],[1,0.5]];portConstraint=eastwest;whiteSpace=wrap;html=1;" value="Postort: String" vertex="1">
          <mxGeometry height="26" width="180" y="156" as="geometry" />
        </mxCell>
        <mxCell id="cSQvczOItniMIweKlyAm-45" parent="cSQvczOItniMIweKlyAm-32" style="text;strokeColor=none;fillColor=none;align=left;verticalAlign=top;spacingLeft=4;spacingRight=4;overflow=hidden;rotatable=0;points=[[0,0.5],[1,0.5]];portConstraint=eastwest;whiteSpace=wrap;html=1;" value="Land: String" vertex="1">
          <mxGeometry height="26" width="180" y="182" as="geometry" />
        </mxCell>
        <mxCell id="cSQvczOItniMIweKlyAm-46" parent="cSQvczOItniMIweKlyAm-32" style="text;strokeColor=none;fillColor=none;align=left;verticalAlign=top;spacingLeft=4;spacingRight=4;overflow=hidden;rotatable=0;points=[[0,0.5],[1,0.5]];portConstraint=eastwest;whiteSpace=wrap;html=1;" value="Datum: Date" vertex="1">
          <mxGeometry height="26" width="180" y="208" as="geometry" />
        </mxCell>
        <mxCell id="cSQvczOItniMIweKlyAm-58" parent="cSQvczOItniMIweKlyAm-32" style="text;strokeColor=none;fillColor=none;align=left;verticalAlign=top;spacingLeft=4;spacingRight=4;overflow=hidden;rotatable=0;points=[[0,0.5],[1,0.5]];portConstraint=eastwest;whiteSpace=wrap;html=1;" value="Status: Enum(Köad, Skickad)" vertex="1">
          <mxGeometry height="26" width="180" y="234" as="geometry" />
        </mxCell>
        <mxCell id="cSQvczOItniMIweKlyAm-62" parent="cSQvczOItniMIweKlyAm-32" style="text;strokeColor=none;fillColor=none;align=left;verticalAlign=top;spacingLeft=4;spacingRight=4;overflow=hidden;rotatable=0;points=[[0,0.5],[1,0.5]];portConstraint=eastwest;whiteSpace=wrap;html=1;" value="PDF: Blob" vertex="1">
          <mxGeometry height="26" width="180" y="260" as="geometry" />
        </mxCell>
        <mxCell id="cSQvczOItniMIweKlyAm-48" edge="1" parent="1" source="cSQvczOItniMIweKlyAm-6" style="endArrow=none;html=1;edgeStyle=orthogonalEdgeStyle;rounded=0;" target="cSQvczOItniMIweKlyAm-12" value="">
          <mxGeometry relative="1" as="geometry">
            <mxPoint x="300" y="650" as="sourcePoint" />
            <mxPoint x="460" y="650" as="targetPoint" />
          </mxGeometry>
        </mxCell>
        <mxCell id="cSQvczOItniMIweKlyAm-49" connectable="0" parent="cSQvczOItniMIweKlyAm-48" style="edgeLabel;resizable=0;html=1;align=left;verticalAlign=bottom;" value="0..n" vertex="1">
          <mxGeometry relative="1" x="-1" as="geometry">
            <mxPoint x="2" y="21" as="offset" />
          </mxGeometry>
        </mxCell>
        <mxCell id="cSQvczOItniMIweKlyAm-50" connectable="0" parent="cSQvczOItniMIweKlyAm-48" style="edgeLabel;resizable=0;html=1;align=right;verticalAlign=bottom;" value="0..n" vertex="1">
          <mxGeometry relative="1" x="1" as="geometry">
            <mxPoint x="-4" y="-5" as="offset" />
          </mxGeometry>
        </mxCell>
        <mxCell id="cSQvczOItniMIweKlyAm-51" edge="1" parent="1" source="cSQvczOItniMIweKlyAm-2" style="endArrow=open;html=1;endSize=12;startArrow=diamondThin;startSize=14;startFill=0;edgeStyle=orthogonalEdgeStyle;rounded=0;" target="cSQvczOItniMIweKlyAm-32" value="">
          <mxGeometry relative="1" x="0.0003" as="geometry">
            <mxPoint as="offset" />
            <Array as="points">
              <mxPoint x="160" y="250" />
            </Array>
            <mxPoint x="160" y="480" as="sourcePoint" />
            <mxPoint x="320" y="480" as="targetPoint" />
          </mxGeometry>
        </mxCell>
        <mxCell id="cSQvczOItniMIweKlyAm-53" connectable="0" parent="cSQvczOItniMIweKlyAm-51" style="edgeLabel;resizable=0;html=1;align=right;verticalAlign=top;" value="0..1" vertex="1">
          <mxGeometry relative="1" x="1" as="geometry">
            <mxPoint x="-17" as="offset" />
          </mxGeometry>
        </mxCell>
        <mxCell id="cSQvczOItniMIweKlyAm-54" edge="1" parent="1" style="endArrow=open;html=1;endSize=12;startArrow=diamondThin;startSize=14;startFill=0;edgeStyle=orthogonalEdgeStyle;rounded=0;" target="cSQvczOItniMIweKlyAm-32" value="">
          <mxGeometry relative="1" x="0.0003" as="geometry">
            <mxPoint as="offset" />
            <Array as="points">
              <mxPoint x="670" y="250" />
            </Array>
            <mxPoint x="670" y="486" as="sourcePoint" />
            <mxPoint x="500" y="250" as="targetPoint" />
          </mxGeometry>
        </mxCell>
        <mxCell id="cSQvczOItniMIweKlyAm-56" connectable="0" parent="cSQvczOItniMIweKlyAm-54" style="edgeLabel;resizable=0;html=1;align=right;verticalAlign=top;" value="1" vertex="1">
          <mxGeometry relative="1" x="1" as="geometry">
            <mxPoint x="30" as="offset" />
          </mxGeometry>
        </mxCell>
        <mxCell id="cSQvczOItniMIweKlyAm-70" parent="1" style="text;whiteSpace=wrap;html=1;" value="0 = Njure
&#xa;1 = Lever
&#xa;2 = Bukspottkörtel
&#xa;3 = Hjärta/ hjärtklaffar
&#xa;4 = Lungor
&#xa;5 = Hornhinnor/ögon
&#xa;6 = Hjärtklaffar
&#xa;7 = Hud
&#xa;8 = Benvävnad
&#xa;9 = Muskelvävnad
&#xa;10 = Nervvävnad
&#xa;11 = Forskning *Ny*" vertex="1">
          <mxGeometry height="190" width="140" x="480" y="780" as="geometry" />
        </mxCell>
        <mxCell id="AWJU5LGrgw8Wl6eSMpXB-6" edge="1" parent="1" source="AWJU5LGrgw8Wl6eSMpXB-5" style="rounded=0;orthogonalLoop=1;jettySize=auto;html=1;entryX=0;entryY=0.5;entryDx=0;entryDy=0;endArrow=none;endFill=0;" target="AWJU5LGrgw8Wl6eSMpXB-2">
          <mxGeometry relative="1" as="geometry" />
        </mxCell>
        <mxCell id="AWJU5LGrgw8Wl6eSMpXB-5" parent="1" style="text;whiteSpace=wrap;html=1;strokeColor=default;" value="0 = E-tjänst eID&lt;br&gt;1 = E-tjänst anonym&lt;br&gt;2 = Brev, e-post&lt;br&gt;3 = Migrerat&lt;div&gt;&lt;br&gt;&lt;/div&gt;" vertex="1">
          <mxGeometry height="76" width="120" x="170" y="746" as="geometry" />
        </mxCell>
        <mxCell id="rofCotYiQy4Rss-aS5TK-1" parent="1" style="text;whiteSpace=wrap;html=1;strokeColor=default;" value="0 = Inkommen&lt;br&gt;1 = Väntar&lt;br&gt;2 = Godkänd&lt;br&gt;3 = Avbruten&lt;div&gt;&lt;br&gt;&lt;/div&gt;" vertex="1">
          <mxGeometry height="76" width="120" x="540" y="670" as="geometry" />
        </mxCell>
        <mxCell id="rofCotYiQy4Rss-aS5TK-3" edge="1" parent="1" source="rofCotYiQy4Rss-aS5TK-1" style="rounded=0;orthogonalLoop=1;jettySize=auto;html=1;endArrow=none;endFill=0;" target="cSQvczOItniMIweKlyAm-23">
          <mxGeometry relative="1" as="geometry">
            <mxPoint x="270" y="735" as="sourcePoint" />
            <mxPoint x="320" y="670" as="targetPoint" />
          </mxGeometry>
        </mxCell>
      </root>
    </mxGraphModel>
  </diagram>
  <diagram id="E-LDhWCQmroWOV0PNqT9" name="Livscykelmodeller">
    <mxGraphModel dx="1705" dy="978" grid="1" gridSize="10" guides="1" tooltips="1" connect="1" arrows="1" fold="1" page="1" pageScale="1" pageWidth="827" pageHeight="1169" math="0" shadow="0">
      <root>
        <mxCell id="0" />
        <mxCell id="1" parent="0" />
        <mxCell id="CYJjucyrZ51cZex0hds5-1" parent="1" style="text;html=1;whiteSpace=wrap;overflow=hidden;rounded=0;" value="&lt;h1 style=&quot;margin-top: 0px;&quot;&gt;Livscykelmodeller&lt;/h1&gt;" vertex="1">
          <mxGeometry height="40" width="320" x="40" y="40" as="geometry" />
        </mxCell>
        <mxCell id="CwNYav6DD1hfnaNcgPTv-1" parent="1" style="ellipse;html=1;shape=startState;fillColor=#000000;strokeColor=#ff0000;" value="" vertex="1">
          <mxGeometry height="30" width="30" x="305" y="100" as="geometry" />
        </mxCell>
        <mxCell id="CwNYav6DD1hfnaNcgPTv-2" edge="1" parent="1" source="CwNYav6DD1hfnaNcgPTv-1" style="edgeStyle=orthogonalEdgeStyle;html=1;verticalAlign=bottom;endArrow=open;endSize=8;strokeColor=#ff0000;rounded=0;align=left;" value="&lt;div style=&quot;&quot;&gt;E: Ny&lt;/div&gt;&lt;div style=&quot;&quot;&gt;T: Påbörja personkontroll&amp;nbsp;&lt;/div&gt;">
          <mxGeometry relative="1" x="0.6667" as="geometry">
            <mxPoint as="offset" />
            <mxPoint x="320" y="190" as="targetPoint" />
          </mxGeometry>
        </mxCell>
        <mxCell id="CwNYav6DD1hfnaNcgPTv-7" parent="1" style="rounded=1;whiteSpace=wrap;html=1;arcSize=40;fontColor=#000000;fillColor=#ffffc0;strokeColor=#ff0000;" value="Inkommen" vertex="1">
          <mxGeometry height="40" width="120" x="260" y="190" as="geometry" />
        </mxCell>
        <mxCell id="CwNYav6DD1hfnaNcgPTv-20" parent="1" style="ellipse;html=1;shape=endState;fillColor=#000000;strokeColor=#ff0000;" value="" vertex="1">
          <mxGeometry height="30" width="30" x="305" y="600" as="geometry" />
        </mxCell>
        <mxCell id="CwNYav6DD1hfnaNcgPTv-21" edge="1" parent="1" source="CwNYav6DD1hfnaNcgPTv-7" style="edgeStyle=orthogonalEdgeStyle;html=1;verticalAlign=bottom;endArrow=open;endSize=8;strokeColor=#ff0000;rounded=0;align=left;" target="CwNYav6DD1hfnaNcgPTv-22" value="E: Personkontroll ok &lt;br&gt;&amp;nbsp; &amp;nbsp; &amp;amp; eID &amp;amp; &amp;gt;=15 år&lt;div&gt;&lt;br&gt;&lt;/div&gt;">
          <mxGeometry relative="1" x="0.3333" as="geometry">
            <mxPoint as="offset" />
            <Array as="points">
              <mxPoint x="140" y="210" />
              <mxPoint x="140" y="520" />
            </Array>
            <mxPoint x="330" y="440" as="sourcePoint" />
            <mxPoint x="330" y="500" as="targetPoint" />
          </mxGeometry>
        </mxCell>
        <mxCell id="CwNYav6DD1hfnaNcgPTv-22" parent="1" style="rounded=1;whiteSpace=wrap;html=1;arcSize=40;fontColor=#000000;fillColor=#ffffc0;strokeColor=#ff0000;" value="Godkänd" vertex="1">
          <mxGeometry height="40" width="120" x="260" y="500" as="geometry" />
        </mxCell>
        <mxCell id="CwNYav6DD1hfnaNcgPTv-23" edge="1" parent="1" source="CwNYav6DD1hfnaNcgPTv-22" style="edgeStyle=orthogonalEdgeStyle;html=1;verticalAlign=bottom;endArrow=open;endSize=8;strokeColor=#ff0000;rounded=0;" target="CwNYav6DD1hfnaNcgPTv-20" value="">
          <mxGeometry relative="1" as="geometry">
            <mxPoint x="330" y="600" as="targetPoint" />
          </mxGeometry>
        </mxCell>
        <mxCell id="CwNYav6DD1hfnaNcgPTv-24" parent="1" style="rounded=1;whiteSpace=wrap;html=1;arcSize=40;fontColor=#000000;fillColor=#ffffc0;strokeColor=#ff0000;" value="Avbruten" vertex="1">
          <mxGeometry height="40" width="120" x="526" y="500" as="geometry" />
        </mxCell>
        <mxCell id="CwNYav6DD1hfnaNcgPTv-25" edge="1" parent="1" source="CwNYav6DD1hfnaNcgPTv-24" style="edgeStyle=orthogonalEdgeStyle;html=1;verticalAlign=bottom;endArrow=open;endSize=8;strokeColor=#ff0000;rounded=0;" target="CwNYav6DD1hfnaNcgPTv-26" value="">
          <mxGeometry relative="1" as="geometry">
            <mxPoint x="511" y="600" as="targetPoint" />
          </mxGeometry>
        </mxCell>
        <mxCell id="CwNYav6DD1hfnaNcgPTv-26" parent="1" style="ellipse;html=1;shape=endState;fillColor=#000000;strokeColor=#ff0000;" value="" vertex="1">
          <mxGeometry height="30" width="30" x="570" y="600" as="geometry" />
        </mxCell>
        <mxCell id="CwNYav6DD1hfnaNcgPTv-27" edge="1" parent="1" source="CwNYav6DD1hfnaNcgPTv-7" style="edgeStyle=orthogonalEdgeStyle;html=1;verticalAlign=bottom;endArrow=open;endSize=8;strokeColor=#ff0000;rounded=0;align=left;" value="E: Personkontroll fel&lt;div&gt;E: Ersatt av ny&lt;/div&gt;">
          <mxGeometry relative="1" x="0.7826" as="geometry">
            <mxPoint as="offset" />
            <mxPoint x="400" y="210.0344827586207" as="sourcePoint" />
            <mxPoint x="606" y="500" as="targetPoint" />
          </mxGeometry>
        </mxCell>
        <mxCell id="CwNYav6DD1hfnaNcgPTv-28" edge="1" parent="1" source="CwNYav6DD1hfnaNcgPTv-22" style="edgeStyle=orthogonalEdgeStyle;html=1;verticalAlign=top;endArrow=open;endSize=8;strokeColor=#ff0000;rounded=0;" target="CwNYav6DD1hfnaNcgPTv-24" value="&lt;div style=&quot;text-align: left;&quot;&gt;E: Ersatt av ny&lt;/div&gt;">
          <mxGeometry relative="1" x="-0.1176" as="geometry">
            <mxPoint as="offset" />
            <mxPoint x="390" y="570" as="sourcePoint" />
            <mxPoint x="390" y="630" as="targetPoint" />
          </mxGeometry>
        </mxCell>
        <mxCell id="CwNYav6DD1hfnaNcgPTv-29" parent="1" style="rounded=1;whiteSpace=wrap;html=1;arcSize=40;fontColor=#000000;fillColor=#ffffc0;strokeColor=#ff0000;" value="Väntar" vertex="1">
          <mxGeometry height="40" width="120" x="260" y="290" as="geometry" />
        </mxCell>
        <mxCell id="CwNYav6DD1hfnaNcgPTv-32" edge="1" parent="1" source="CwNYav6DD1hfnaNcgPTv-7" style="edgeStyle=orthogonalEdgeStyle;html=1;verticalAlign=bottom;endArrow=open;endSize=8;strokeColor=#ff0000;rounded=0;align=left;" target="CwNYav6DD1hfnaNcgPTv-29" value="&lt;div&gt;&lt;span style=&quot;background-color: light-dark(#ffffff, var(--ge-dark-color, #121212)); color: light-dark(rgb(0, 0, 0), rgb(255, 255, 255));&quot;&gt;E: Personkontroll ok &amp;amp; &amp;lt;15 år&lt;/span&gt;&lt;/div&gt;&lt;div&gt;T: Inhämta samtycke&lt;/div&gt;">
          <mxGeometry relative="1" x="0.3333" as="geometry">
            <mxPoint as="offset" />
            <mxPoint x="340" y="440" as="sourcePoint" />
            <mxPoint x="320" y="300" as="targetPoint" />
          </mxGeometry>
        </mxCell>
        <mxCell id="CwNYav6DD1hfnaNcgPTv-33" edge="1" parent="1" source="CwNYav6DD1hfnaNcgPTv-29" style="edgeStyle=orthogonalEdgeStyle;html=1;verticalAlign=top;endArrow=open;endSize=8;strokeColor=#ff0000;rounded=0;align=left;" target="CwNYav6DD1hfnaNcgPTv-24" value="&lt;div&gt;E: Ersatt av ny&lt;/div&gt;&lt;div&gt;E: Samtycke ej inkommit&lt;/div&gt;">
          <mxGeometry relative="1" x="-0.7368" as="geometry">
            <mxPoint as="offset" />
            <Array as="points">
              <mxPoint x="570" y="310" />
            </Array>
            <mxPoint x="364" y="310" as="sourcePoint" />
            <mxPoint x="570" y="600" as="targetPoint" />
          </mxGeometry>
        </mxCell>
        <mxCell id="CwNYav6DD1hfnaNcgPTv-34" edge="1" parent="1" source="CwNYav6DD1hfnaNcgPTv-7" style="edgeStyle=orthogonalEdgeStyle;html=1;verticalAlign=top;endArrow=open;endSize=8;strokeColor=#ff0000;rounded=0;align=left;" target="CwNYav6DD1hfnaNcgPTv-29" value="E: Personkontroll ok&amp;nbsp;&lt;div&gt;&amp;nbsp; &amp;nbsp;&amp;amp; &amp;gt;=15 år &amp;amp; Anonym&lt;div&gt;T: Skicka underrättelse&lt;/div&gt;&lt;/div&gt;">
          <mxGeometry relative="1" x="-0.0714" as="geometry">
            <mxPoint as="offset" />
            <Array as="points">
              <mxPoint x="150" y="210" />
              <mxPoint x="150" y="310" />
            </Array>
            <mxPoint x="310" y="370" as="sourcePoint" />
            <mxPoint x="320" y="680" as="targetPoint" />
          </mxGeometry>
        </mxCell>
        <mxCell id="CwNYav6DD1hfnaNcgPTv-35" edge="1" parent="1" source="CwNYav6DD1hfnaNcgPTv-29" style="edgeStyle=orthogonalEdgeStyle;html=1;verticalAlign=bottom;endArrow=open;endSize=8;strokeColor=#ff0000;rounded=0;align=left;" target="CwNYav6DD1hfnaNcgPTv-22" value="E: Personkontroll ok&amp;nbsp;&lt;div&gt;&amp;nbsp; &amp;nbsp;&amp;amp; &amp;gt;=15 år &amp;amp; Anonym&lt;/div&gt;&lt;div&gt;&amp;nbsp; &amp;nbsp;&amp;amp; svarsdatum passerat&lt;/div&gt;">
          <mxGeometry relative="1" x="0.3333" as="geometry">
            <mxPoint as="offset" />
            <mxPoint x="380" y="380" as="sourcePoint" />
            <mxPoint x="380" y="440" as="targetPoint" />
          </mxGeometry>
        </mxCell>
        <mxCell id="RBlGg7IKd_uOqaQZYLn9-1" parent="1" style="text;align=center;fontStyle=1;verticalAlign=middle;spacingLeft=3;spacingRight=3;strokeColor=none;rotatable=0;points=[[0,0.5],[1,0.5]];portConstraint=eastwest;html=1;" value="Anmälan" vertex="1">
          <mxGeometry height="26" width="80" x="120" y="102" as="geometry" />
        </mxCell>
      </root>
    </mxGraphModel>
  </diagram>
</mxfile>
